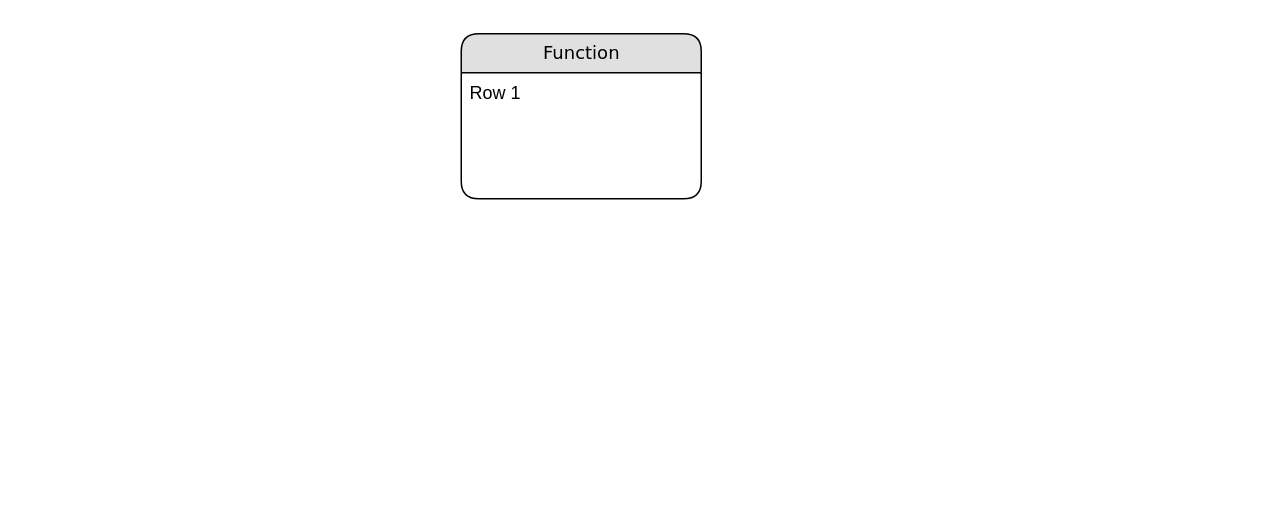
Before: dataflow-pms-process1.drawio in NewSnooker/it-udvc-pms, a draw.io diagram. Source tidied: cells renumbered, new cells numbered last; positions are measured from the earlier drawing's top-left corner, leaving out a move shared by most shapes. Both pictures are drawn from the tidied source at 150%, with x=0, y=0 at pixel (460, 33).
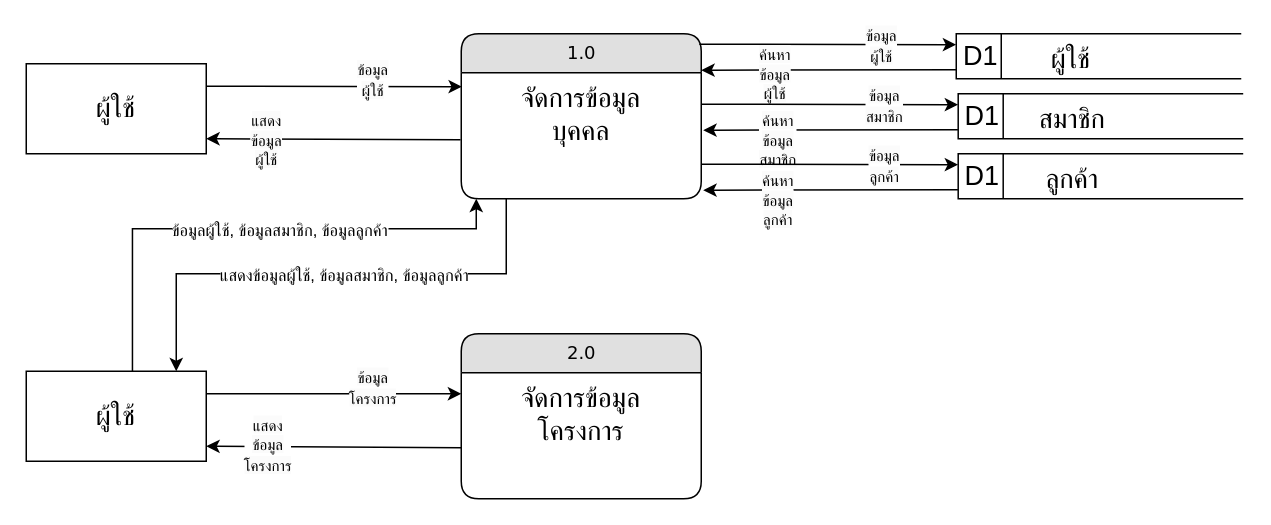
The same diagram, later.

Change to the diagram source:
```diff
@@
-    <mxCell id="2" value="Function" style="swimlane;html=1;fontStyle=0;horizontal=1;startSize=26;fillColor=#e0e0e0;swimlaneFillColor=#ffffff;align=center;rounded=1;shadow=0;comic=0;labelBackgroundColor=none;strokeWidth=1;fontFamily=Verdana;fontSize=12;" parent="1" vertex="1">
+    <mxCell id="2" value="1.0" style="swimlane;html=1;fontStyle=0;horizontal=1;startSize=26;fillColor=#e0e0e0;swimlaneFillColor=#ffffff;align=center;rounded=1;shadow=0;comic=0;labelBackgroundColor=none;strokeWidth=1;fontFamily=Verdana;fontSize=12;" parent="1" vertex="1">
       <mxGeometry width="160" height="110" as="geometry" />
     </mxCell>
-    <mxCell id="3" value="Row 1" style="text;html=1;strokeColor=none;fillColor=none;spacingLeft=4;spacingRight=4;whiteSpace=wrap;overflow=hidden;points=[[0,0.5],[1,0.5]];portConstraint=eastwest;" parent="2" vertex="1">
-      <mxGeometry y="26" width="160" height="26" as="geometry" />
+    <mxCell id="3" value="&lt;span style=&quot;font-size: 18px;&quot;&gt;จัดการข้อมูล&lt;/span&gt;&lt;div&gt;&lt;span style=&quot;font-size: 18px;&quot;&gt;บุคคล&lt;/span&gt;&lt;/div&gt;" style="text;html=1;strokeColor=none;fillColor=none;spacingLeft=4;spacingRight=4;whiteSpace=wrap;overflow=hidden;points=[[0,0.5],[1,0.5]];portConstraint=eastwest;align=center;" parent="2" vertex="1">
+      <mxGeometry y="26" width="160" height="54" as="geometry" />
     </mxCell>
+    <mxCell id="4" value="&lt;span style=&quot;font-size: 18px; text-wrap-mode: nowrap;&quot;&gt;ผู้ใช้&lt;/span&gt;" style="rounded=0;whiteSpace=wrap;html=1;" parent="1" vertex="1">
+      <mxGeometry x="-290" y="20" width="120" height="60" as="geometry" />
+    </mxCell>
+    <mxCell id="5" value="2.0" style="swimlane;html=1;fontStyle=0;horizontal=1;startSize=26;fillColor=#e0e0e0;swimlaneFillColor=#ffffff;align=center;rounded=1;shadow=0;comic=0;labelBackgroundColor=none;strokeWidth=1;fontFamily=Verdana;fontSize=12;" parent="1" vertex="1">
+      <mxGeometry y="200" width="160" height="110" as="geometry" />
+    </mxCell>
+    <mxCell id="6" value="&lt;span style=&quot;font-size: 18px;&quot;&gt;จัดการข้อมูล&lt;/span&gt;&lt;div&gt;&lt;span style=&quot;font-size: 18px;&quot;&gt;โครงการ&lt;/span&gt;&lt;/div&gt;" style="text;html=1;strokeColor=none;fillColor=none;spacingLeft=4;spacingRight=4;whiteSpace=wrap;overflow=hidden;align=center;" parent="5" vertex="1">
+      <mxGeometry y="26" width="160" height="54" as="geometry" />
+    </mxCell>
+    <mxCell id="7" style="endArrow=classic;html=1;rounded=0;exitX=1;exitY=0.25;exitDx=0;exitDy=0;entryX=0.003;entryY=0.172;entryDx=0;entryDy=0;entryPerimeter=0;" parent="1" edge="1" source="4" target="3">
+      <mxGeometry relative="1" as="geometry" />
+    </mxCell>
+    <mxCell id="8" value="&lt;span style=&quot;text-wrap-mode: wrap; background-color: rgb(251, 251, 251);&quot;&gt;&lt;font style=&quot;font-size: 10px;&quot;&gt;ข้อมูลผู้ใช้&lt;/font&gt;&lt;/span&gt;" style="edgeLabel;html=1;align=center;verticalAlign=middle;rotation=0;" parent="7" vertex="1">
+      <mxGeometry x="-0.06" y="2" relative="1" as="geometry">
+        <mxPoint x="30" y="-3" as="offset" />
+      </mxGeometry>
+    </mxCell>
+    <mxCell id="9" style="endArrow=classic;html=1;rounded=0;exitX=-0.003;exitY=0.826;exitDx=0;exitDy=0;entryX=1;entryY=0.833;entryDx=0;entryDy=0;entryPerimeter=0;exitPerimeter=0;" parent="1" edge="1" source="3" target="4">
+      <mxGeometry relative="1" as="geometry" />
+    </mxCell>
+    <mxCell id="10" value="&lt;span style=&quot;text-wrap-mode: wrap; background-color: rgb(251, 251, 251);&quot;&gt;&lt;font style=&quot;font-size: 10px;&quot;&gt;แสดงข้อมูลผู้ใช้&lt;/font&gt;&lt;/span&gt;" style="edgeLabel;html=1;align=center;verticalAlign=middle;" parent="9" vertex="1">
+      <mxGeometry x="0.07" y="-2" relative="1" as="geometry">
+        <mxPoint x="-39" y="2" as="offset" />
+      </mxGeometry>
+    </mxCell>
+    <mxCell id="11" style="group;" parent="1" vertex="1">
+      <mxGeometry x="330" width="190" height="30" as="geometry" />
+    </mxCell>
+    <mxCell id="12" value="&lt;font style=&quot;font-size: 18px;&quot;&gt;D1&lt;/font&gt;" style="html=1;dashed=0;whiteSpace=wrap;shape=mxgraph.dfd.dataStoreID;align=left;spacingLeft=3;points=[[0,0],[0.5,0],[1,0],[0,0.5],[1,0.5],[0,1],[0.5,1],[1,1]];" parent="11" vertex="1">
+      <mxGeometry width="190" height="30" as="geometry" />
+    </mxCell>
+    <mxCell id="13" value="&lt;font style=&quot;font-size: 18px; font-weight: normal;&quot;&gt;ผู้ใช้&lt;/font&gt;" style="text;strokeColor=none;fillColor=none;html=1;fontSize=24;fontStyle=1;verticalAlign=middle;align=center;" parent="11" vertex="1">
+      <mxGeometry x="28.5" width="95" height="30" as="geometry" />
+    </mxCell>
+    <mxCell id="14" style="endArrow=classic;html=1;rounded=0;exitX=0.992;exitY=0.389;exitDx=0;exitDy=0;exitPerimeter=0;entryX=0;entryY=0.242;entryDx=0;entryDy=0;entryPerimeter=0;" parent="1" edge="1" target="12">
+      <mxGeometry relative="1" as="geometry">
+        <mxPoint x="158.7" y="7" as="sourcePoint" />
+      </mxGeometry>
+    </mxCell>
+    <mxCell id="15" value="&lt;span style=&quot;text-wrap-mode: wrap; background-color: rgb(251, 251, 251);&quot;&gt;&lt;font style=&quot;font-size: 10px;&quot;&gt;ข้อมูลผู้ใช้&lt;/font&gt;&lt;/span&gt;" style="edgeLabel;html=1;align=center;verticalAlign=middle;rotation=0;" parent="14" vertex="1">
+      <mxGeometry x="-0.06" y="2" relative="1" as="geometry">
+        <mxPoint x="40" y="2" as="offset" />
+      </mxGeometry>
+    </mxCell>
+    <mxCell id="16" style="endArrow=classic;html=1;rounded=0;exitX=-0.001;exitY=0.799;exitDx=0;exitDy=0;exitPerimeter=0;entryX=1;entryY=0.709;entryDx=0;entryDy=0;entryPerimeter=0;" parent="1" edge="1" source="12">
+      <mxGeometry relative="1" as="geometry">
+        <mxPoint x="160" y="24.3" as="targetPoint" />
+      </mxGeometry>
+    </mxCell>
+    <mxCell id="17" value="&lt;span style=&quot;text-wrap-mode: wrap; background-color: rgb(251, 251, 251);&quot;&gt;&lt;font style=&quot;font-size: 10px;&quot;&gt;ค้นหาข้อมูลผู้ใช้&lt;/font&gt;&lt;/span&gt;" style="edgeLabel;html=1;align=center;verticalAlign=middle;rotation=0;" parent="16" vertex="1">
+      <mxGeometry x="-0.06" y="2" relative="1" as="geometry">
+        <mxPoint x="-41" as="offset" />
+      </mxGeometry>
+    </mxCell>
+    <mxCell id="18" style="group;" parent="1" vertex="1">
+      <mxGeometry x="331.3" y="40" width="190" height="30" as="geometry" />
+    </mxCell>
+    <mxCell id="19" value="&lt;font style=&quot;font-size: 18px;&quot;&gt;D1&lt;/font&gt;" style="html=1;dashed=0;whiteSpace=wrap;shape=mxgraph.dfd.dataStoreID;align=left;spacingLeft=3;points=[[0,0],[0.5,0],[1,0],[0,0.5],[1,0.5],[0,1],[0.5,1],[1,1]];" parent="18" vertex="1">
+      <mxGeometry width="190" height="30" as="geometry" />
+    </mxCell>
+    <mxCell id="20" value="&lt;span style=&quot;font-size: 18px; font-weight: 400; text-wrap-mode: wrap;&quot;&gt;สมาชิก&lt;/span&gt;" style="text;strokeColor=none;fillColor=none;html=1;fontSize=24;fontStyle=1;verticalAlign=middle;align=center;" parent="18" vertex="1">
+      <mxGeometry x="28.5" width="95" height="30" as="geometry" />
+    </mxCell>
+    <mxCell id="21" style="endArrow=classic;html=1;rounded=0;exitX=0.992;exitY=0.389;exitDx=0;exitDy=0;exitPerimeter=0;entryX=0;entryY=0.242;entryDx=0;entryDy=0;entryPerimeter=0;" parent="1" edge="1" target="19">
+      <mxGeometry relative="1" as="geometry">
+        <mxPoint x="160" y="47" as="sourcePoint" />
+      </mxGeometry>
+    </mxCell>
+    <mxCell id="22" value="&lt;span style=&quot;text-wrap-mode: wrap; background-color: rgb(251, 251, 251);&quot;&gt;&lt;font style=&quot;font-size: 10px;&quot;&gt;ข้อมูลสมาชิก&lt;/font&gt;&lt;/span&gt;" style="edgeLabel;html=1;align=center;verticalAlign=middle;rotation=0;" parent="21" vertex="1">
+      <mxGeometry x="-0.06" y="2" relative="1" as="geometry">
+        <mxPoint x="40" y="2" as="offset" />
+      </mxGeometry>
+    </mxCell>
+    <mxCell id="23" style="endArrow=classic;html=1;rounded=0;exitX=-0.001;exitY=0.799;exitDx=0;exitDy=0;exitPerimeter=0;entryX=1;entryY=0.709;entryDx=0;entryDy=0;entryPerimeter=0;" parent="1" edge="1" source="19">
+      <mxGeometry relative="1" as="geometry">
+        <mxPoint x="161.3" y="64.3" as="targetPoint" />
+      </mxGeometry>
+    </mxCell>
+    <mxCell id="24" value="&lt;span style=&quot;text-wrap-mode: wrap; background-color: rgb(251, 251, 251);&quot;&gt;&lt;font style=&quot;font-size: 10px;&quot;&gt;ค้นหาข้อมูลสมาชิก&lt;/font&gt;&lt;/span&gt;" style="edgeLabel;html=1;align=center;verticalAlign=middle;rotation=0;" parent="23" vertex="1">
+      <mxGeometry x="-0.06" y="2" relative="1" as="geometry">
+        <mxPoint x="-41" y="4" as="offset" />
+      </mxGeometry>
+    </mxCell>
+    <mxCell id="25" style="group;" parent="1" vertex="1">
+      <mxGeometry x="331.3" y="80" width="190" height="30" as="geometry" />
+    </mxCell>
+    <mxCell id="26" value="&lt;font style=&quot;font-size: 18px;&quot;&gt;D1&lt;/font&gt;" style="html=1;dashed=0;whiteSpace=wrap;shape=mxgraph.dfd.dataStoreID;align=left;spacingLeft=3;points=[[0,0],[0.5,0],[1,0],[0,0.5],[1,0.5],[0,1],[0.5,1],[1,1]];" parent="25" vertex="1">
+      <mxGeometry width="190" height="30" as="geometry" />
+    </mxCell>
+    <mxCell id="27" value="&lt;span style=&quot;font-size: 18px; font-weight: 400; text-wrap-mode: wrap;&quot;&gt;ลูกค้า&lt;/span&gt;" style="text;strokeColor=none;fillColor=none;html=1;fontSize=24;fontStyle=1;verticalAlign=middle;align=center;" parent="25" vertex="1">
+      <mxGeometry x="28.5" width="95" height="30" as="geometry" />
+    </mxCell>
+    <mxCell id="28" style="endArrow=classic;html=1;rounded=0;exitX=0.992;exitY=0.389;exitDx=0;exitDy=0;exitPerimeter=0;entryX=0;entryY=0.242;entryDx=0;entryDy=0;entryPerimeter=0;" parent="1" edge="1" target="26">
+      <mxGeometry relative="1" as="geometry">
+        <mxPoint x="160" y="87" as="sourcePoint" />
+      </mxGeometry>
+    </mxCell>
+    <mxCell id="29" value="&lt;span style=&quot;text-wrap-mode: wrap; background-color: rgb(251, 251, 251);&quot;&gt;&lt;font style=&quot;font-size: 10px;&quot;&gt;ข้อมูลลูกค้า&lt;/font&gt;&lt;/span&gt;" style="edgeLabel;html=1;align=center;verticalAlign=middle;rotation=0;" parent="28" vertex="1">
+      <mxGeometry x="-0.06" y="2" relative="1" as="geometry">
+        <mxPoint x="40" y="2" as="offset" />
+      </mxGeometry>
+    </mxCell>
+    <mxCell id="30" style="endArrow=classic;html=1;rounded=0;exitX=-0.001;exitY=0.799;exitDx=0;exitDy=0;exitPerimeter=0;entryX=1;entryY=0.709;entryDx=0;entryDy=0;entryPerimeter=0;" parent="1" edge="1" source="26">
+      <mxGeometry relative="1" as="geometry">
+        <mxPoint x="161.3" y="104.3" as="targetPoint" />
+      </mxGeometry>
+    </mxCell>
+    <mxCell id="31" value="&lt;span style=&quot;text-wrap-mode: wrap; background-color: rgb(251, 251, 251);&quot;&gt;&lt;font style=&quot;font-size: 10px;&quot;&gt;ค้นหาข้อมูลลูกค้า&lt;/font&gt;&lt;/span&gt;" style="edgeLabel;html=1;align=center;verticalAlign=middle;rotation=0;" parent="30" vertex="1">
+      <mxGeometry x="-0.06" y="2" relative="1" as="geometry">
+        <mxPoint x="-41" y="4" as="offset" />
+      </mxGeometry>
+    </mxCell>
+    <mxCell id="32" value="&lt;span style=&quot;font-size: 18px; text-wrap-mode: nowrap;&quot;&gt;ผู้ใช้&lt;/span&gt;" style="rounded=0;whiteSpace=wrap;html=1;" parent="1" vertex="1">
+      <mxGeometry x="-290" y="225" width="120" height="60" as="geometry" />
+    </mxCell>
+    <mxCell id="33" style="endArrow=classic;html=1;rounded=0;exitX=1;exitY=0.25;exitDx=0;exitDy=0;entryX=0.003;entryY=0.172;entryDx=0;entryDy=0;entryPerimeter=0;" parent="1" edge="1" source="32">
+      <mxGeometry relative="1" as="geometry">
+        <mxPoint y="240" as="targetPoint" />
+      </mxGeometry>
+    </mxCell>
+    <mxCell id="34" value="&lt;span style=&quot;text-wrap-mode: wrap; background-color: rgb(251, 251, 251);&quot;&gt;&lt;font style=&quot;font-size: 10px;&quot;&gt;ข้อมูลโครงการ&lt;/font&gt;&lt;/span&gt;" style="edgeLabel;html=1;align=center;verticalAlign=middle;rotation=0;" parent="33" vertex="1">
+      <mxGeometry x="-0.06" y="2" relative="1" as="geometry">
+        <mxPoint x="30" y="-3" as="offset" />
+      </mxGeometry>
+    </mxCell>
+    <mxCell id="35" style="endArrow=classic;html=1;rounded=0;exitX=-0.003;exitY=0.826;exitDx=0;exitDy=0;entryX=1;entryY=0.833;entryDx=0;entryDy=0;entryPerimeter=0;exitPerimeter=0;" parent="1" edge="1" target="32">
+      <mxGeometry relative="1" as="geometry">
+        <mxPoint y="276" as="sourcePoint" />
+      </mxGeometry>
+    </mxCell>
+    <mxCell id="36" value="&lt;span style=&quot;text-wrap-mode: wrap; background-color: rgb(251, 251, 251);&quot;&gt;&lt;font style=&quot;font-size: 10px;&quot;&gt;แสดงข้อมูลโครงการ&lt;/font&gt;&lt;/span&gt;&lt;div&gt;&lt;span style=&quot;text-wrap-mode: wrap; background-color: rgb(251, 251, 251);&quot;&gt;&lt;font style=&quot;font-size: 10px;&quot;&gt;&lt;br&gt;&lt;/font&gt;&lt;/span&gt;&lt;/div&gt;" style="edgeLabel;html=1;align=center;verticalAlign=middle;" parent="35" vertex="1">
+      <mxGeometry x="0.07" y="-2" relative="1" as="geometry">
+        <mxPoint x="-39" y="7" as="offset" />
+      </mxGeometry>
+    </mxCell>
+    <mxCell id="37" style="endArrow=classic;html=1;rounded=0;edgeStyle=orthogonalEdgeStyle;" parent="1" edge="1">
+      <mxGeometry relative="1" as="geometry">
+        <mxPoint x="30" y="110" as="sourcePoint" />
+        <mxPoint x="-190" y="225" as="targetPoint" />
+        <Array as="points">
+          <mxPoint x="30" y="160" />
+          <mxPoint x="-190" y="160" />
+        </Array>
+      </mxGeometry>
+    </mxCell>
+    <mxCell id="38" value="แสดงข้อมูลผู้ใช้, ข้อมูลสมาชิก, ข้อมูลลูกค้า" style="edgeLabel;html=1;align=center;verticalAlign=middle;" parent="37" vertex="1">
+      <mxGeometry x="0.41" relative="1" as="geometry">
+        <mxPoint x="77" as="offset" />
+      </mxGeometry>
+    </mxCell>
+    <mxCell id="39" style="endArrow=classic;html=1;rounded=0;edgeStyle=orthogonalEdgeStyle;exitX=0.59;exitY=0.007;exitDx=0;exitDy=0;exitPerimeter=0;" parent="1" edge="1" source="32">
+      <mxGeometry relative="1" as="geometry">
+        <mxPoint x="10" y="110" as="targetPoint" />
+        <Array as="points">
+          <mxPoint x="-219" y="130" />
+          <mxPoint x="10" y="130" />
+        </Array>
+      </mxGeometry>
+    </mxCell>
+    <mxCell id="40" value="ข้อมูลผู้ใช้, ข้อมูลสมาชิก, ข้อมูลลูกค้า" style="edgeLabel;html=1;align=center;verticalAlign=middle;" parent="39" vertex="1">
+      <mxGeometry x="-0.03" relative="1" as="geometry">
+        <mxPoint x="26" as="offset" />
+      </mxGeometry>
+    </mxCell>
```
